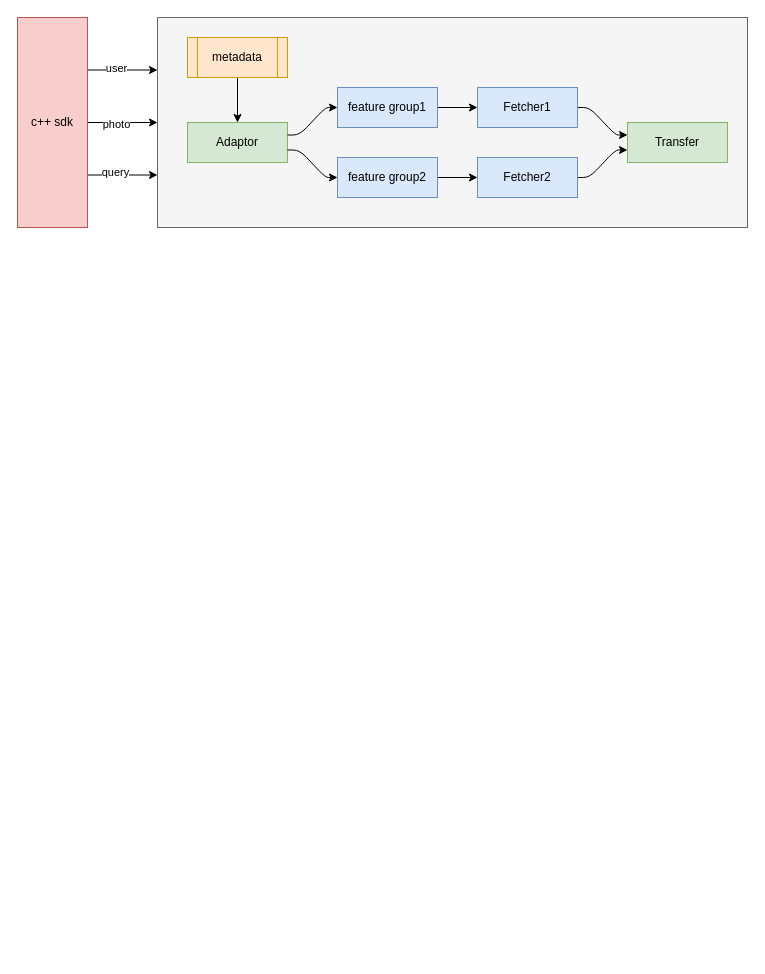
AmaniCheung/draw.io keeps this draw.io diagram as refer-profile.drawio. Above is the earlier version. Source tidied: cells renumbered, new cells numbered last; positions are measured from the earlier drawing's top-left corner, leaving out a move shared by most shapes. Both pictures are drawn from the tidied source at 100%, with x=0, y=0 at pixel (17, 17).
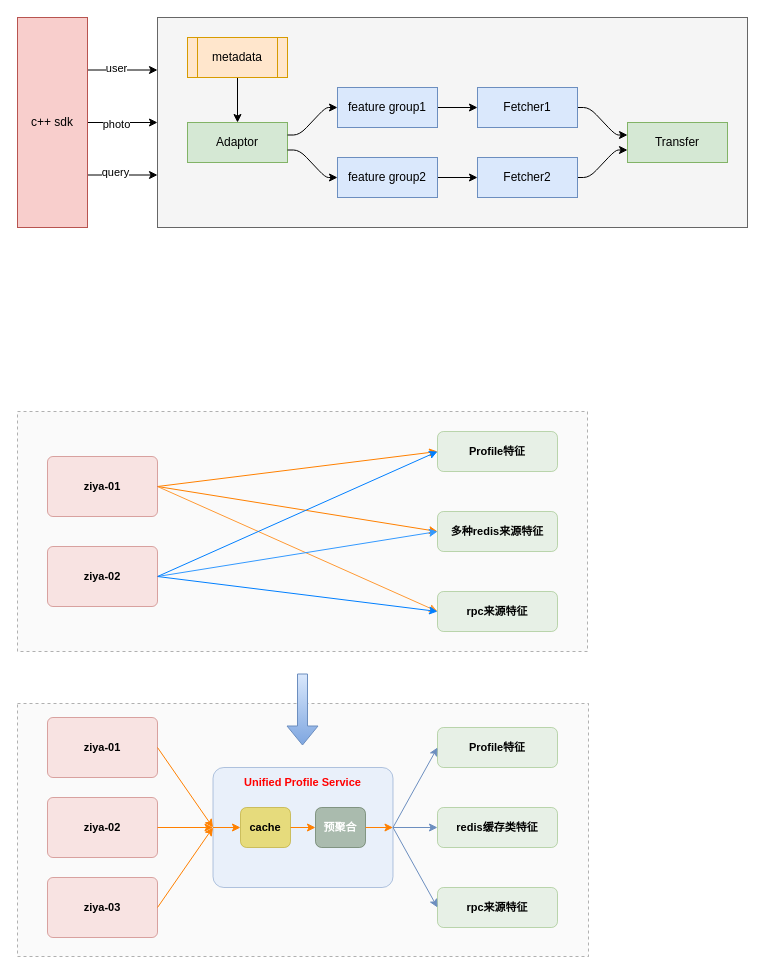
The same page after the edit.

What changed in the source:
```diff
@@
+    <mxCell id="24" style="rounded=0;whiteSpace=wrap;html=1;fontSize=11;opacity=50;fontStyle=1;fillColor=#f5f5f5;strokeColor=#666666;fontColor=#333333;dashed=1;" parent="1" vertex="1">
+      <mxGeometry y="394" width="570" height="240" as="geometry" />
+    </mxCell>
+    <mxCell id="25" value="Profile特征" style="rounded=1;whiteSpace=wrap;html=1;fontSize=11;opacity=50;fontStyle=1;fillColor=#d5e8d4;strokeColor=#82b366;" parent="1" vertex="1">
+      <mxGeometry x="420" y="414" width="120" height="40" as="geometry" />
+    </mxCell>
+    <mxCell id="26" value="多种redis来源特征" style="rounded=1;whiteSpace=wrap;html=1;fontSize=11;opacity=50;fontStyle=1;fillColor=#d5e8d4;strokeColor=#82b366;" parent="1" vertex="1">
+      <mxGeometry x="420" y="494" width="120" height="40" as="geometry" />
+    </mxCell>
+    <mxCell id="27" value="rpc来源特征" style="rounded=1;whiteSpace=wrap;html=1;fontSize=11;opacity=50;fontStyle=1;fillColor=#d5e8d4;strokeColor=#82b366;" parent="1" vertex="1">
+      <mxGeometry x="420" y="574" width="120" height="40" as="geometry" />
+    </mxCell>
+    <mxCell id="28" style="endArrow=classic;html=1;rounded=0;strokeColor=#FF8000;fontSize=11;fontColor=#000000;fillColor=#FFCCCC;exitX=1;exitY=0.5;exitDx=0;exitDy=0;entryX=0;entryY=0.5;entryDx=0;entryDy=0;fontStyle=1;" parent="1" edge="1" source="54" target="25">
+      <mxGeometry relative="1" as="geometry" />
+    </mxCell>
+    <mxCell id="29" style="endArrow=classic;html=1;rounded=0;strokeColor=#FF8000;fontSize=11;fontColor=#000000;fillColor=#FFCCCC;entryX=0;entryY=0.5;entryDx=0;entryDy=0;exitX=1;exitY=0.5;exitDx=0;exitDy=0;fontStyle=1;" parent="1" edge="1" source="54" target="26">
+      <mxGeometry relative="1" as="geometry" />
+    </mxCell>
+    <mxCell id="30" style="endArrow=classic;html=1;rounded=0;strokeColor=#FF9933;fontSize=11;fontColor=#000000;fillColor=#FFCCCC;exitX=1;exitY=0.5;exitDx=0;exitDy=0;entryX=0;entryY=0.5;entryDx=0;entryDy=0;fontStyle=1;" parent="1" edge="1" source="54" target="27">
+      <mxGeometry relative="1" as="geometry" />
+    </mxCell>
+    <mxCell id="31" style="rounded=0;whiteSpace=wrap;html=1;fontSize=11;opacity=50;fontStyle=1;fillColor=#f5f5f5;strokeColor=#666666;fontColor=#333333;dashed=1;" parent="1" vertex="1">
+      <mxGeometry y="686" width="571" height="253" as="geometry" />
+    </mxCell>
+    <mxCell id="32" style="rounded=1;whiteSpace=wrap;html=1;fontSize=11;opacity=50;arcSize=9;fillColor=#dae8fc;strokeColor=#6c8ebf;fontStyle=1;" parent="1" vertex="1">
+      <mxGeometry x="195.5" y="750" width="180" height="120" as="geometry" />
+    </mxCell>
+    <mxCell id="33" value="Profile特征" style="rounded=1;whiteSpace=wrap;html=1;fontSize=11;opacity=50;fontStyle=1;fillColor=#d5e8d4;strokeColor=#82b366;" parent="1" vertex="1">
+      <mxGeometry x="420" y="710" width="120" height="40" as="geometry" />
+    </mxCell>
+    <mxCell id="34" value="redis缓存类特征" style="rounded=1;whiteSpace=wrap;html=1;fontSize=11;opacity=50;fontStyle=1;fillColor=#d5e8d4;strokeColor=#82b366;" parent="1" vertex="1">
+      <mxGeometry x="420" y="790" width="120" height="40" as="geometry" />
+    </mxCell>
+    <mxCell id="35" value="rpc来源特征" style="rounded=1;whiteSpace=wrap;html=1;fontSize=11;opacity=50;fontStyle=1;fillColor=#d5e8d4;strokeColor=#82b366;" parent="1" vertex="1">
+      <mxGeometry x="420" y="870" width="120" height="40" as="geometry" />
+    </mxCell>
+    <mxCell id="36" style="endArrow=classic;html=1;rounded=0;strokeColor=#6c8ebf;fontSize=11;fontColor=#007FFF;fillColor=#dae8fc;exitX=1;exitY=0.5;exitDx=0;exitDy=0;entryX=0;entryY=0.5;entryDx=0;entryDy=0;fontStyle=1;" parent="1" edge="1" source="32" target="33">
+      <mxGeometry relative="1" as="geometry" />
+    </mxCell>
+    <mxCell id="37" style="endArrow=classic;html=1;rounded=0;strokeColor=#6c8ebf;fontSize=11;fontColor=#000000;fillColor=#dae8fc;entryX=0;entryY=0.5;entryDx=0;entryDy=0;exitX=1;exitY=0.5;exitDx=0;exitDy=0;fontStyle=1;" parent="1" edge="1" source="32" target="34">
+      <mxGeometry relative="1" as="geometry" />
+    </mxCell>
+    <mxCell id="38" style="endArrow=classic;html=1;rounded=0;strokeColor=#6c8ebf;fontSize=11;fontColor=#000000;fillColor=#dae8fc;exitX=1;exitY=0.5;exitDx=0;exitDy=0;entryX=0;entryY=0.5;entryDx=0;entryDy=0;fontStyle=1;" parent="1" edge="1" source="32" target="35">
+      <mxGeometry relative="1" as="geometry" />
+    </mxCell>
+    <mxCell id="39" style="endArrow=classic;html=1;rounded=0;strokeColor=#007FFF;fontSize=11;fontColor=#000000;fillColor=#FFCCCC;entryX=0;entryY=0.5;entryDx=0;entryDy=0;fontStyle=1;exitX=1;exitY=0.5;exitDx=0;exitDy=0;" parent="1" edge="1" source="55" target="25">
+      <mxGeometry relative="1" as="geometry" />
+    </mxCell>
+    <mxCell id="40" style="endArrow=classic;html=1;rounded=0;strokeColor=#3399FF;fontSize=11;fontColor=#000000;fillColor=#FFCCCC;exitX=1;exitY=0.5;exitDx=0;exitDy=0;entryX=0;entryY=0.5;entryDx=0;entryDy=0;fontStyle=1;" parent="1" edge="1" source="55" target="26">
+      <mxGeometry relative="1" as="geometry" />
+    </mxCell>
+    <mxCell id="41" style="endArrow=classic;html=1;rounded=0;strokeColor=#007FFF;fontSize=11;fontColor=#000000;fillColor=#FFCCCC;fontStyle=1;entryX=0;entryY=0.5;entryDx=0;entryDy=0;exitX=1;exitY=0.5;exitDx=0;exitDy=0;" parent="1" edge="1" source="55" target="27">
+      <mxGeometry relative="1" as="geometry" />
+    </mxCell>
+    <mxCell id="42" value="cache" style="rounded=1;whiteSpace=wrap;html=1;fontSize=11;opacity=50;fillColor=#e3c800;strokeColor=#B09500;fontColor=#000000;fontStyle=1;" parent="1" vertex="1">
+      <mxGeometry x="223" y="790" width="50" height="40" as="geometry" />
+    </mxCell>
+    <mxCell id="43" value="预聚合" style="rounded=1;whiteSpace=wrap;html=1;fontSize=11;opacity=50;fillColor=#6d8764;strokeColor=#3A5431;fontColor=#ffffff;fontStyle=1;" parent="1" vertex="1">
+      <mxGeometry x="298" y="790" width="50" height="40" as="geometry" />
+    </mxCell>
+    <mxCell id="44" style="endArrow=classic;html=1;rounded=0;strokeColor=#FF8000;fontSize=11;fontColor=#000000;fillColor=#FFCCCC;exitX=0;exitY=0.5;exitDx=0;exitDy=0;entryX=0;entryY=0.5;entryDx=0;entryDy=0;fontStyle=1;" parent="1" edge="1" source="32" target="42">
+      <mxGeometry relative="1" as="geometry" />
+    </mxCell>
+    <mxCell id="45" style="endArrow=classic;html=1;rounded=0;strokeColor=#FF8000;fontSize=11;fontColor=#000000;fillColor=#FFCCCC;entryX=0;entryY=0.5;entryDx=0;entryDy=0;fontStyle=1;exitX=1;exitY=0.5;exitDx=0;exitDy=0;" parent="1" edge="1" source="42" target="43">
+      <mxGeometry relative="1" as="geometry" />
+    </mxCell>
+    <mxCell id="46" style="endArrow=classic;html=1;rounded=0;strokeColor=#FF8000;fontSize=11;fontColor=#000000;fillColor=#FFCCCC;exitX=1;exitY=0.5;exitDx=0;exitDy=0;entryX=1;entryY=0.5;entryDx=0;entryDy=0;fontStyle=1;" parent="1" edge="1" source="43" target="32">
+      <mxGeometry relative="1" as="geometry" />
+    </mxCell>
+    <mxCell id="47" value="Unified Profile Service" style="text;html=1;strokeColor=none;fillColor=none;align=center;verticalAlign=middle;whiteSpace=wrap;rounded=0;fontSize=11;fontColor=#FF0000;opacity=50;fontStyle=1;" parent="1" vertex="1">
+      <mxGeometry x="223" y="750" width="125" height="30" as="geometry" />
+    </mxCell>
+    <mxCell id="48" value="ziya-01" style="rounded=1;whiteSpace=wrap;html=1;fontSize=11;opacity=50;arcSize=9;fontStyle=1;fillColor=#f8cecc;strokeColor=#b85450;" parent="1" vertex="1">
+      <mxGeometry x="30" y="700" width="110" height="60" as="geometry" />
+    </mxCell>
+    <mxCell id="49" value="ziya-02" style="rounded=1;whiteSpace=wrap;html=1;fontSize=11;opacity=50;arcSize=9;fontStyle=1;fillColor=#f8cecc;strokeColor=#b85450;" parent="1" vertex="1">
+      <mxGeometry x="30" y="780" width="110" height="60" as="geometry" />
+    </mxCell>
+    <mxCell id="50" value="ziya-03" style="rounded=1;whiteSpace=wrap;html=1;fontSize=11;opacity=50;arcSize=9;fontStyle=1;fillColor=#f8cecc;strokeColor=#b85450;" parent="1" vertex="1">
+      <mxGeometry x="30" y="860" width="110" height="60" as="geometry" />
+    </mxCell>
+    <mxCell id="51" style="endArrow=classic;html=1;rounded=0;strokeColor=#FF8000;fontSize=11;fontColor=#FF0000;fillColor=#FFCCCC;exitX=1;exitY=0.5;exitDx=0;exitDy=0;entryX=0;entryY=0.5;entryDx=0;entryDy=0;fontStyle=1;" parent="1" edge="1" source="48" target="32">
+      <mxGeometry relative="1" as="geometry" />
+    </mxCell>
+    <mxCell id="52" style="endArrow=classic;html=1;rounded=0;strokeColor=#FF8000;fontSize=11;fontColor=#FF0000;fillColor=#FFCCCC;exitX=1;exitY=0.5;exitDx=0;exitDy=0;entryX=0;entryY=0.5;entryDx=0;entryDy=0;fontStyle=1;" parent="1" edge="1" source="50" target="32">
+      <mxGeometry relative="1" as="geometry" />
+    </mxCell>
+    <mxCell id="53" style="endArrow=classic;html=1;rounded=0;strokeColor=#FF8000;fontSize=11;fontColor=#FF0000;fillColor=#FFCCCC;exitX=1;exitY=0.5;exitDx=0;exitDy=0;fontStyle=1;entryX=0;entryY=0.5;entryDx=0;entryDy=0;" parent="1" edge="1" source="49" target="32">
+      <mxGeometry relative="1" as="geometry" />
+    </mxCell>
+    <mxCell id="54" value="ziya-01" style="rounded=1;whiteSpace=wrap;html=1;fontSize=11;opacity=50;arcSize=9;fontStyle=1;fillColor=#f8cecc;strokeColor=#b85450;" parent="1" vertex="1">
+      <mxGeometry x="30" y="439" width="110" height="60" as="geometry" />
+    </mxCell>
+    <mxCell id="55" value="ziya-02" style="rounded=1;whiteSpace=wrap;html=1;fontSize=11;opacity=50;arcSize=9;fontStyle=1;fillColor=#f8cecc;strokeColor=#b85450;" parent="1" vertex="1">
+      <mxGeometry x="30" y="529" width="110" height="60" as="geometry" />
+    </mxCell>
+    <mxCell id="56" style="shape=flexArrow;endArrow=classic;html=1;fillColor=#dae8fc;strokeColor=#6c8ebf;gradientColor=#7ea6e0;" parent="1" edge="1">
+      <mxGeometry relative="1" as="geometry">
+        <mxPoint x="285" y="656" as="sourcePoint" />
+        <mxPoint x="285" y="728" as="targetPoint" />
+      </mxGeometry>
+    </mxCell>
```
